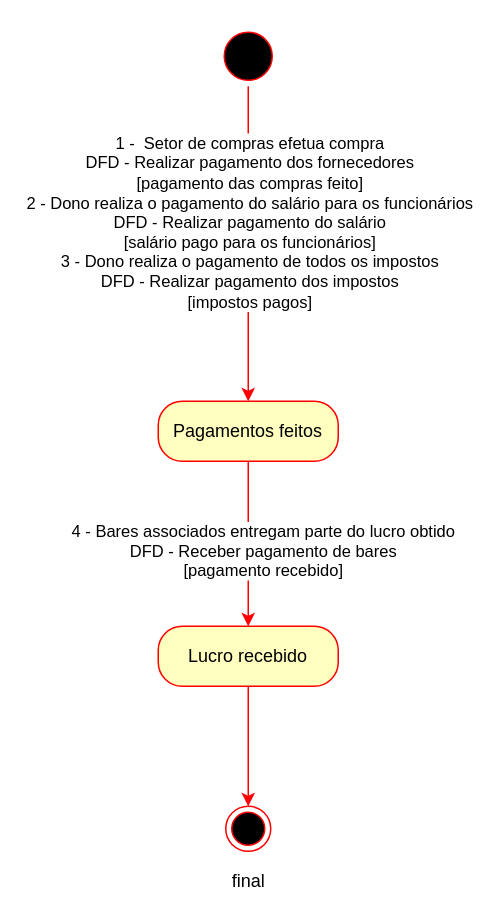
Above: docs/ARTEFATOS(15-23)/Controlar_Fluxo_De_Caixa/Ciclo_De_Vida_Controlar_Fluxo_De_CaixaDiagram.drawio in Darienzo08/ope_ads (draw.io), before the change. Source tidied: cells renumbered, new cells numbered last; positions are measured from the earlier drawing's top-left corner, leaving out a move shared by most shapes. Both pictures are drawn from the tidied source at 150%, with x=0, y=0 at pixel (158, 26).
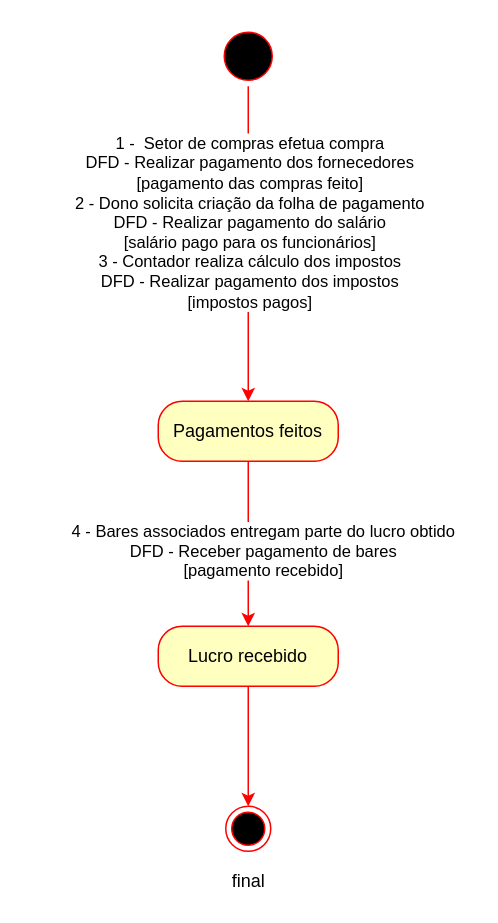
The same diagram, later.

Change to the diagram source:
```diff
@@
 <mxGraphModel>
   <root>
     <mxCell id="0" />
     <mxCell id="1" parent="0" />
     <mxCell id="2" style="ellipse;html=1;shape=endState;fillColor=#000000;strokeColor=#ff0000;" parent="1" vertex="1">
       <mxGeometry x="45" y="520" width="30" height="30" as="geometry" />
     </mxCell>
     <mxCell id="3" style="edgeStyle=orthogonalEdgeStyle;rounded=0;jettySize=auto;html=1;exitX=0.5;exitY=1;exitDx=0;exitDy=0;entryX=0.5;entryY=0;entryDx=0;entryDy=0;strokeColor=#FF0000;" parent="1" edge="1" source="5" target="9">
       <mxGeometry relative="1" as="geometry" />
     </mxCell>
-    <mxCell id="4" value="&lt;div&gt;1 -&amp;nbsp; Setor de compras efetua compra&lt;/div&gt;&lt;div&gt;DFD - Realizar pagamento dos fornecedores&lt;/div&gt;&lt;div&gt;[pagamento das compras feito]&lt;/div&gt;&lt;div&gt;2 - Dono realiza o pagamento do salário para os funcionários&lt;/div&gt;&lt;div&gt;DFD - Realizar pagamento do salário&lt;/div&gt;&lt;div&gt;[salário pago para os funcionários]&lt;/div&gt;&lt;div&gt;3 - Dono realiza o pagamento de todos os impostos&lt;/div&gt;&lt;div&gt;DFD - Realizar pagamento dos impostos&lt;/div&gt;&lt;div&gt;[impostos pagos]&lt;/div&gt;" style="edgeLabel;html=1;align=center;verticalAlign=middle;" parent="3" vertex="1">
+    <mxCell id="4" value="&lt;div&gt;1 -&amp;nbsp; Setor de compras efetua compra&lt;/div&gt;&lt;div&gt;DFD - Realizar pagamento dos fornecedores&lt;/div&gt;&lt;div&gt;[pagamento das compras feito]&lt;/div&gt;&lt;div&gt;2 - Dono solicita criação da folha de pagamento&lt;/div&gt;&lt;div&gt;DFD - Realizar pagamento do salário&lt;/div&gt;&lt;div&gt;[salário pago para os funcionários]&lt;/div&gt;&lt;div&gt;3 - Contador realiza cálculo dos impostos&lt;/div&gt;&lt;div&gt;DFD - Realizar pagamento dos impostos&lt;/div&gt;&lt;div&gt;[impostos pagos]&lt;/div&gt;" style="edgeLabel;html=1;align=center;verticalAlign=middle;" parent="3" vertex="1">
       <mxGeometry x="-0.2" relative="1" as="geometry">
         <mxPoint y="6" as="offset" />
       </mxGeometry>
     </mxCell>
     <mxCell id="5" style="ellipse;html=1;shape=startState;fillColor=#000000;strokeColor=#ff0000;" parent="1" vertex="1">
       <mxGeometry x="40" width="40" height="40" as="geometry" />
     </mxCell>
     <mxCell id="6" style="edgeStyle=orthogonalEdgeStyle;rounded=0;jettySize=auto;html=1;exitX=0.5;exitY=1;exitDx=0;exitDy=0;strokeColor=#FF0000;" parent="1" edge="1" source="7" target="2">
       <mxGeometry relative="1" as="geometry" />
     </mxCell>
     <mxCell id="7" value="Lucro recebido" style="rounded=1;whiteSpace=wrap;html=1;arcSize=40;fontColor=#000000;fillColor=#ffffc0;strokeColor=#ff0000;" parent="1" vertex="1">
       <mxGeometry y="400" width="120" height="40" as="geometry" />
     </mxCell>
     <mxCell id="8" value="4 - Bares associados entregam parte do lucro obtido&lt;br&gt;DFD - Receber pagamento de bares&lt;br&gt;[pagamento recebido]" style="edgeStyle=orthogonalEdgeStyle;rounded=0;jettySize=auto;html=1;exitX=0.5;exitY=1;exitDx=0;exitDy=0;strokeColor=#FF0000;" parent="1" edge="1" source="9" target="7">
       <mxGeometry x="0.09" y="10" relative="1" as="geometry">
         <Array as="points">
           <mxPoint x="60" y="340" />
           <mxPoint x="60" y="340" />
         </Array>
       </mxGeometry>
     </mxCell>
     <mxCell id="9" value="Pagamentos feitos" style="rounded=1;whiteSpace=wrap;html=1;arcSize=40;fontColor=#000000;fillColor=#ffffc0;strokeColor=#ff0000;" parent="1" vertex="1">
       <mxGeometry y="250" width="120" height="40" as="geometry" />
     </mxCell>
     <mxCell id="10" value="final" style="text;html=1;align=center;verticalAlign=middle;" parent="1" vertex="1">
       <mxGeometry x="40" y="560" width="40" height="20" as="geometry" />
     </mxCell>
   </root>
 </mxGraphModel>
```
